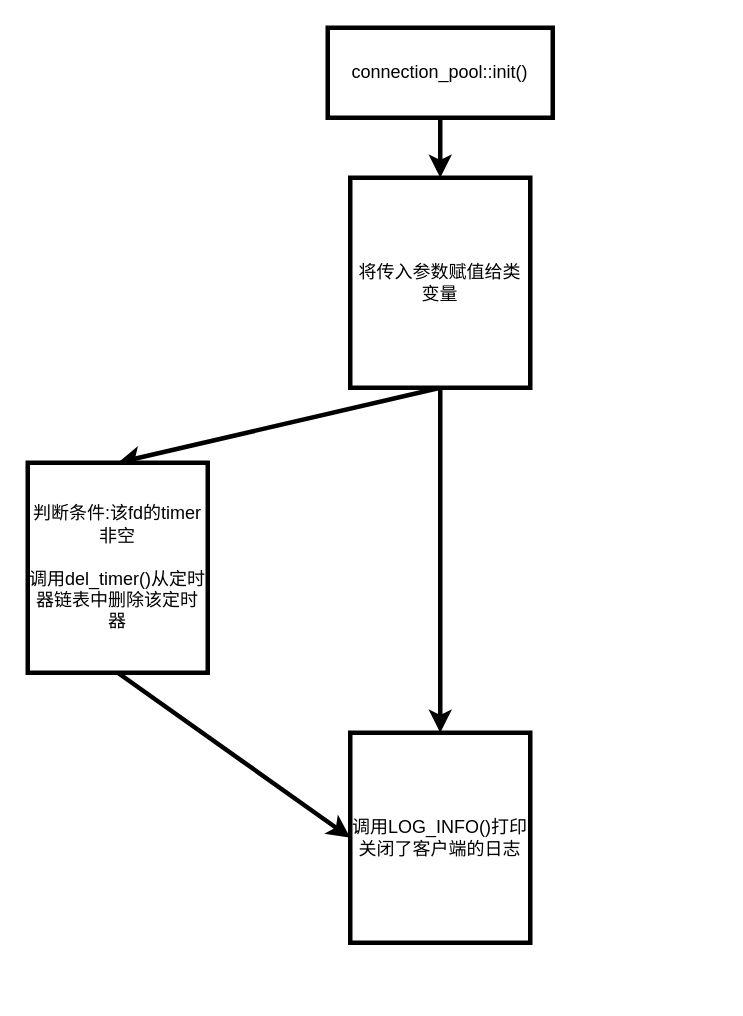
Earlier version of the draw.io diagram note/init.drawio (Canwaiting/WebServer). Source tidied: cells renumbered, new cells numbered last; positions are measured from the earlier drawing's top-left corner, leaving out a move shared by most shapes. Both pictures are drawn from the tidied source at 150%, with x=0, y=0 at pixel (27, 27).
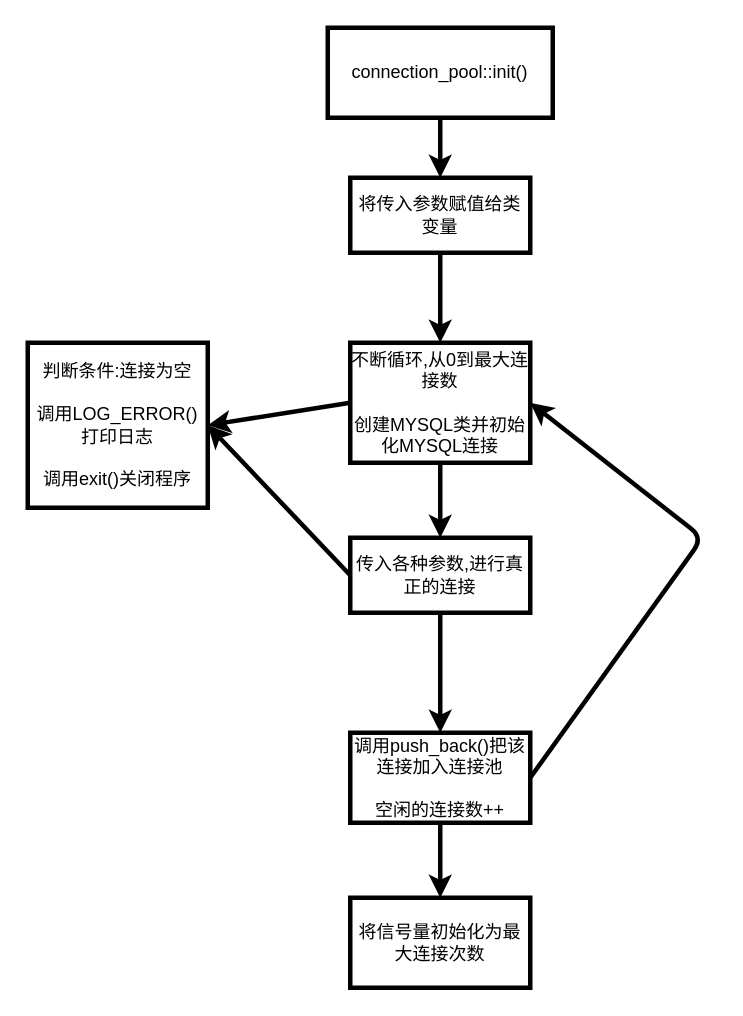
Above is the later version.

What changed in the source:
```diff
@@
 <mxGraphModel background="#FFFFFF">
   <root>
     <mxCell id="0" />
     <mxCell id="1" parent="0" />
     <mxCell id="2" style="edgeStyle=none;html=1;exitX=0.5;exitY=1;exitDx=0;exitDy=0;entryX=0.5;entryY=0;entryDx=0;entryDy=0;strokeColor=#000000;strokeWidth=3;" parent="1" edge="1" source="3" target="6">
       <mxGeometry relative="1" as="geometry" />
     </mxCell>
     <mxCell id="3" value="connection_pool::init()" style="whiteSpace=wrap;html=1;strokeColor=#000000;strokeWidth=3;" parent="1" vertex="1">
       <mxGeometry x="200" width="150" height="60" as="geometry" />
     </mxCell>
-    <mxCell id="4" style="edgeStyle=none;html=1;exitX=0.5;exitY=1;exitDx=0;exitDy=0;entryX=0.5;entryY=0;entryDx=0;entryDy=0;strokeColor=#000000;strokeWidth=3;" parent="1" edge="1" source="6" target="8">
-      <mxGeometry relative="1" as="geometry" />
-    </mxCell>
     <mxCell id="5" style="edgeStyle=none;html=1;exitX=0.5;exitY=1;exitDx=0;exitDy=0;entryX=0.5;entryY=0;entryDx=0;entryDy=0;strokeColor=#000000;strokeWidth=3;" parent="1" edge="1" source="6" target="9">
       <mxGeometry relative="1" as="geometry" />
     </mxCell>
     <mxCell id="6" value="将传入参数赋值给类变量" style="whiteSpace=wrap;html=1;strokeColor=#000000;strokeWidth=3;" parent="1" vertex="1">
-      <mxGeometry x="215" y="100" width="120" height="140" as="geometry" />
+      <mxGeometry x="215" y="100" width="120" height="50" as="geometry" />
     </mxCell>
-    <mxCell id="7" style="edgeStyle=none;html=1;exitX=0.5;exitY=1;exitDx=0;exitDy=0;entryX=0;entryY=0.5;entryDx=0;entryDy=0;strokeColor=#000000;strokeWidth=3;" parent="1" edge="1" source="8" target="9">
-      <mxGeometry relative="1" as="geometry" />
-    </mxCell>
-    <mxCell id="8" value="判断条件:该fd的timer非空&lt;br&gt;&lt;br&gt;调用del_timer()从定时器链表中删除该定时器" style="whiteSpace=wrap;html=1;strokeColor=#000000;strokeWidth=3;" parent="1" vertex="1">
-      <mxGeometry y="290" width="120" height="140" as="geometry" />
-    </mxCell>
+    <mxCell id="10" style="edgeStyle=none;html=1;exitX=0;exitY=0.5;exitDx=0;exitDy=0;entryX=1;entryY=0.5;entryDx=0;entryDy=0;strokeWidth=3;strokeColor=#000000;" parent="1" edge="1" source="9" target="12">
+      <mxGeometry relative="1" as="geometry" />
+    </mxCell>
+    <mxCell id="11" style="edgeStyle=none;html=1;exitX=0.5;exitY=1;exitDx=0;exitDy=0;strokeColor=#000000;strokeWidth=3;" parent="1" edge="1" source="9" target="15">
+      <mxGeometry relative="1" as="geometry" />
+    </mxCell>
-    <mxCell id="9" value="调用LOG_INFO()打印关闭了客户端的日志" style="whiteSpace=wrap;html=1;strokeColor=#000000;strokeWidth=3;" parent="1" vertex="1">
-      <mxGeometry x="215" y="470" width="120" height="140" as="geometry" />
+    <mxCell id="9" value="不断循环,从0到最大连接数&lt;br&gt;&lt;br&gt;创建MYSQL类并初始化MYSQL连接" style="whiteSpace=wrap;html=1;strokeColor=#000000;strokeWidth=3;" parent="1" vertex="1">
+      <mxGeometry x="215" y="210" width="120" height="80" as="geometry" />
     </mxCell>
+    <mxCell id="12" value="判断条件:连接为空&lt;br&gt;&lt;br&gt;调用LOG_ERROR()打印日志&lt;br&gt;&lt;br&gt;调用exit()关闭程序" style="whiteSpace=wrap;html=1;strokeColor=#000000;strokeWidth=3;" parent="1" vertex="1">
+      <mxGeometry y="210" width="120" height="110" as="geometry" />
+    </mxCell>
+    <mxCell id="13" style="edgeStyle=none;html=1;exitX=0;exitY=0.5;exitDx=0;exitDy=0;entryX=1;entryY=0.5;entryDx=0;entryDy=0;strokeColor=#000000;strokeWidth=3;" parent="1" edge="1" source="15" target="12">
+      <mxGeometry relative="1" as="geometry" />
+    </mxCell>
+    <mxCell id="14" style="edgeStyle=none;html=1;exitX=0.5;exitY=1;exitDx=0;exitDy=0;entryX=0.5;entryY=0;entryDx=0;entryDy=0;strokeColor=#000000;strokeWidth=3;" parent="1" edge="1" source="15" target="18">
+      <mxGeometry relative="1" as="geometry" />
+    </mxCell>
+    <mxCell id="15" value="传入各种参数,进行真正的连接" style="whiteSpace=wrap;html=1;strokeColor=#000000;strokeWidth=3;" parent="1" vertex="1">
+      <mxGeometry x="215" y="340" width="120" height="50" as="geometry" />
+    </mxCell>
+    <mxCell id="16" style="edgeStyle=none;html=1;exitX=1;exitY=0.5;exitDx=0;exitDy=0;entryX=1;entryY=0.5;entryDx=0;entryDy=0;strokeColor=#000000;strokeWidth=3;" parent="1" edge="1" source="18" target="9">
+      <mxGeometry relative="1" as="geometry">
+        <Array as="points">
+          <mxPoint x="450" y="340" />
+        </Array>
+      </mxGeometry>
+    </mxCell>
+    <mxCell id="17" style="edgeStyle=none;html=1;exitX=0.5;exitY=1;exitDx=0;exitDy=0;entryX=0.5;entryY=0;entryDx=0;entryDy=0;strokeColor=#000000;strokeWidth=3;" parent="1" edge="1" source="18" target="19">
+      <mxGeometry relative="1" as="geometry" />
+    </mxCell>
+    <mxCell id="18" value="调用push_back()把该连接加入连接池&lt;br&gt;&lt;br&gt;空闲的连接数++&lt;br&gt;" style="whiteSpace=wrap;html=1;strokeColor=#000000;strokeWidth=3;" parent="1" vertex="1">
+      <mxGeometry x="215" y="470" width="120" height="60" as="geometry" />
+    </mxCell>
+    <mxCell id="19" value="将信号量初始化为最大连接次数" style="whiteSpace=wrap;html=1;strokeColor=#000000;strokeWidth=3;" parent="1" vertex="1">
+      <mxGeometry x="215" y="580" width="120" height="60" as="geometry" />
+    </mxCell>
   </root>
 </mxGraphModel>
```
